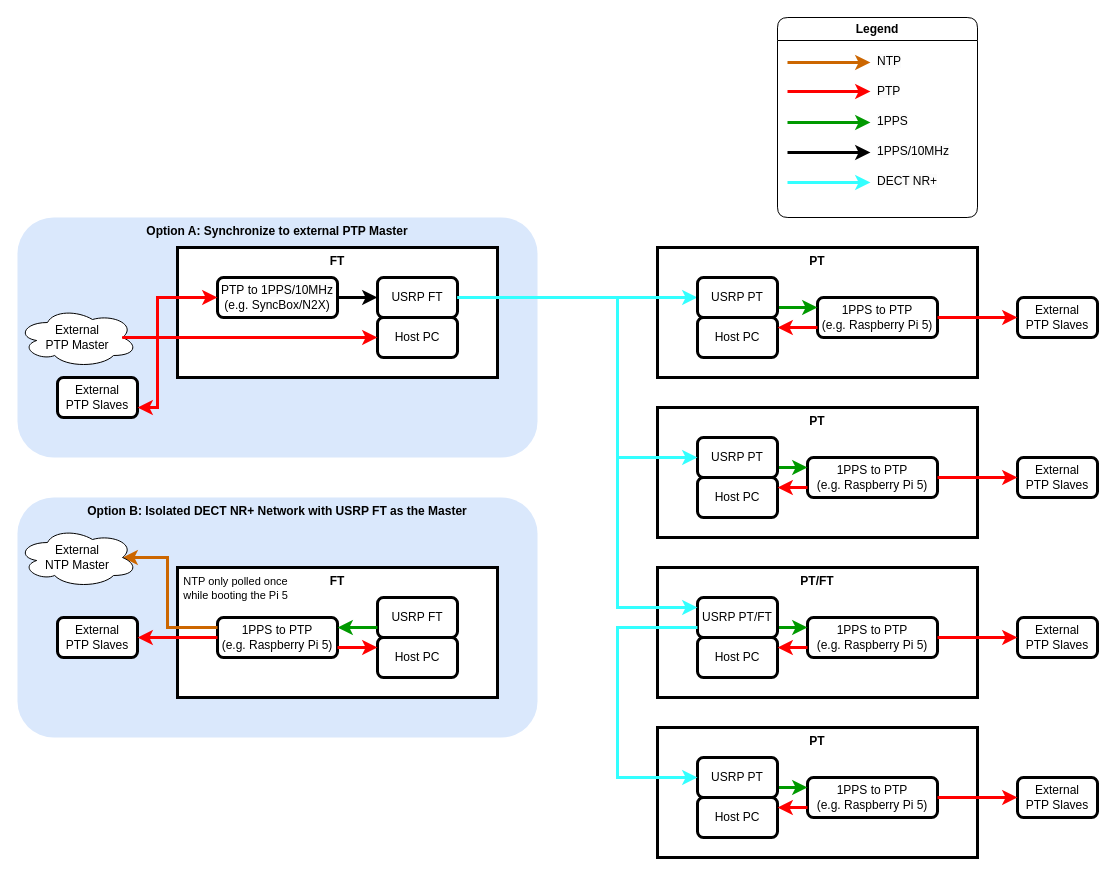
Before: docs/synchronization.drawio in maxpenner/DECT-NR-Plus-SDR, a draw.io diagram. Source tidied: cells renumbered, new cells numbered last; positions are measured from the earlier drawing's top-left corner, leaving out a move shared by most shapes. Both pictures are drawn from the tidied source at 100%, with x=0, y=0 at pixel (17, 17).
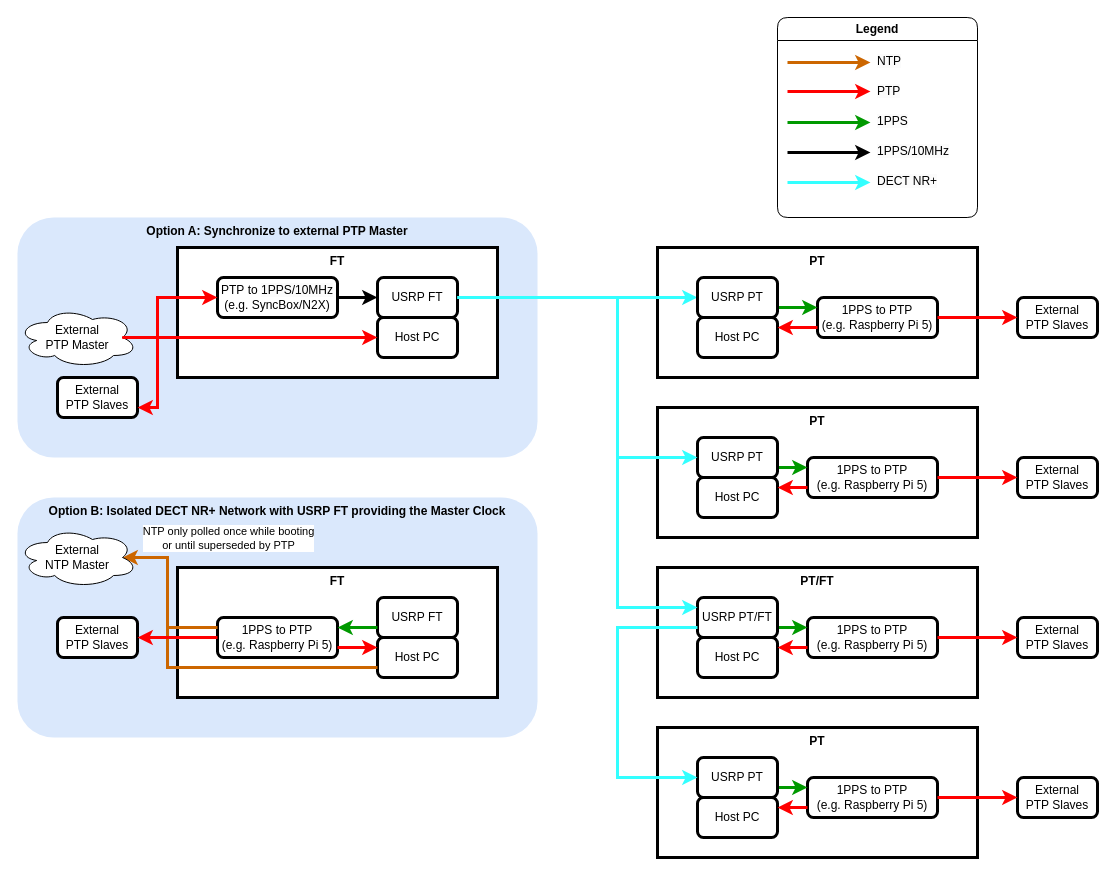
After the change.

The change refers to these unchanged cells:
```xml
<mxCell id="9" value="Host PC" style="rounded=1;whiteSpace=wrap;html=1;strokeWidth=3;" parent="1" vertex="1">
  <mxGeometry x="360" y="620" width="80" height="40" as="geometry" />
</mxCell>
<mxCell id="24" value="1PPS&amp;nbsp;&lt;span style=&quot;background-color: transparent; color: light-dark(rgb(0, 0, 0), rgb(255, 255, 255));&quot;&gt;to&amp;nbsp;&lt;/span&gt;&lt;span style=&quot;background-color: transparent; color: light-dark(rgb(0, 0, 0), rgb(255, 255, 255));&quot;&gt;PTP&lt;/span&gt;&lt;div&gt;(e.g. Raspberry Pi 5)&lt;/div&gt;" style="rounded=1;whiteSpace=wrap;html=1;strokeWidth=3;" parent="1" vertex="1">
  <mxGeometry x="200" y="600" width="120" height="40" as="geometry" />
</mxCell>
<mxCell id="30" style="endArrow=classic;html=1;rounded=0;exitX=0;exitY=0.25;exitDx=0;exitDy=0;strokeColor=light-dark(#CC6600,#EDEDED);strokeWidth=3;entryX=0.875;entryY=0.5;entryDx=0;entryDy=0;entryPerimeter=0;" parent="1" edge="1" source="24" target="60">
  <mxGeometry relative="1" as="geometry">
    <Array as="points">
      <mxPoint x="150" y="610" />
      <mxPoint x="150" y="540" />
    </Array>
  </mxGeometry>
</mxCell>
<mxCell id="39" value="External&lt;div&gt;PTP Slaves&lt;/div&gt;" style="rounded=1;whiteSpace=wrap;html=1;strokeWidth=3;" parent="1" vertex="1">
  <mxGeometry x="40" y="600" width="80" height="40" as="geometry" />
</mxCell>
```

What changed in the source:
```diff
@@
-    <mxCell id="2" value="&lt;b&gt;Option B: Isolated DECT NR+ Network with USRP FT as the Master&lt;/b&gt;" style="rounded=1;whiteSpace=wrap;html=1;fillColor=#dae8fc;strokeColor=none;verticalAlign=top;dashed=1;" parent="1" vertex="1">
+    <mxCell id="2" value="&lt;b&gt;Option B: Isolated DECT NR+ Network with USRP FT providing the Master Clock&lt;/b&gt;" style="rounded=1;whiteSpace=wrap;html=1;fillColor=#dae8fc;strokeColor=none;verticalAlign=top;dashed=1;" parent="1" vertex="1">
       <mxGeometry y="480" width="520" height="240" as="geometry" />
     </mxCell>
@@
-    <mxCell id="31" value="NTP only&amp;nbsp;&lt;span style=&quot;background-color: light-dark(#ffffff, var(--ge-dark-color, #121212)); color: light-dark(rgb(0, 0, 0), rgb(255, 255, 255));&quot;&gt;polled once&lt;/span&gt;&lt;div&gt;&lt;span style=&quot;background-color: light-dark(#ffffff, var(--ge-dark-color, #121212)); color: light-dark(rgb(0, 0, 0), rgb(255, 255, 255));&quot;&gt;while&lt;/span&gt;&lt;span style=&quot;background-color: light-dark(#ffffff, var(--ge-dark-color, #121212)); color: light-dark(rgb(0, 0, 0), rgb(255, 255, 255));&quot;&gt;&amp;nbsp;&lt;/span&gt;&lt;span style=&quot;color: light-dark(rgb(0, 0, 0), rgb(255, 255, 255)); background-color: light-dark(#ffffff, var(--ge-dark-color, #121212));&quot;&gt;booting the&amp;nbsp;&lt;/span&gt;&lt;span style=&quot;background-color: light-dark(#ffffff, var(--ge-dark-color, #121212)); color: light-dark(rgb(0, 0, 0), rgb(255, 255, 255));&quot;&gt;Pi 5&lt;/span&gt;&lt;/div&gt;" style="edgeLabel;html=1;align=center;verticalAlign=middle;" parent="30" vertex="1">
+    <mxCell id="31" value="NTP only&amp;nbsp;&lt;span style=&quot;background-color: light-dark(#ffffff, var(--ge-dark-color, #121212)); color: light-dark(rgb(0, 0, 0), rgb(255, 255, 255));&quot;&gt;polled once while&amp;nbsp;&lt;/span&gt;&lt;span style=&quot;background-color: light-dark(#ffffff, var(--ge-dark-color, #121212)); color: light-dark(rgb(0, 0, 0), rgb(255, 255, 255));&quot;&gt;booting&lt;/span&gt;&lt;div&gt;&lt;span style=&quot;background-color: light-dark(#ffffff, var(--ge-dark-color, #121212)); color: light-dark(rgb(0, 0, 0), rgb(255, 255, 255));&quot;&gt;or until superseded by PTP&lt;/span&gt;&lt;/div&gt;" style="edgeLabel;html=1;align=center;verticalAlign=middle;" parent="30" vertex="1">
       <mxGeometry x="-0.54" relative="1" as="geometry">
-        <mxPoint x="55" y="-40" as="offset" />
+        <mxPoint x="48" y="-90" as="offset" />
       </mxGeometry>
     </mxCell>
@@
-    <mxCell id="40" style="endArrow=classic;html=1;rounded=0;strokeColor=light-dark(#ff0000, #ededed);strokeWidth=3;entryX=1;entryY=0.5;entryDx=0;entryDy=0;exitX=0;exitY=0.5;exitDx=0;exitDy=0;" parent="1" edge="1" source="24" target="39">
-      <mxGeometry relative="1" as="geometry" />
-    </mxCell>
@@
+    <mxCell id="72" style="endArrow=none;html=1;rounded=0;exitX=0;exitY=0.75;exitDx=0;exitDy=0;strokeColor=light-dark(#CC6600,#EDEDED);strokeWidth=3;startFill=0;" parent="1" edge="1" source="9">
+      <mxGeometry relative="1" as="geometry">
+        <mxPoint x="150" y="610" as="targetPoint" />
+        <Array as="points">
+          <mxPoint x="150" y="650" />
+        </Array>
+      </mxGeometry>
+    </mxCell>
+    <mxCell id="40" style="endArrow=classic;html=1;rounded=0;strokeColor=light-dark(#ff0000, #ededed);strokeWidth=3;entryX=1;entryY=0.5;entryDx=0;entryDy=0;exitX=0;exitY=0.5;exitDx=0;exitDy=0;" parent="1" edge="1" source="24" target="39">
+      <mxGeometry relative="1" as="geometry" />
+    </mxCell>
```
